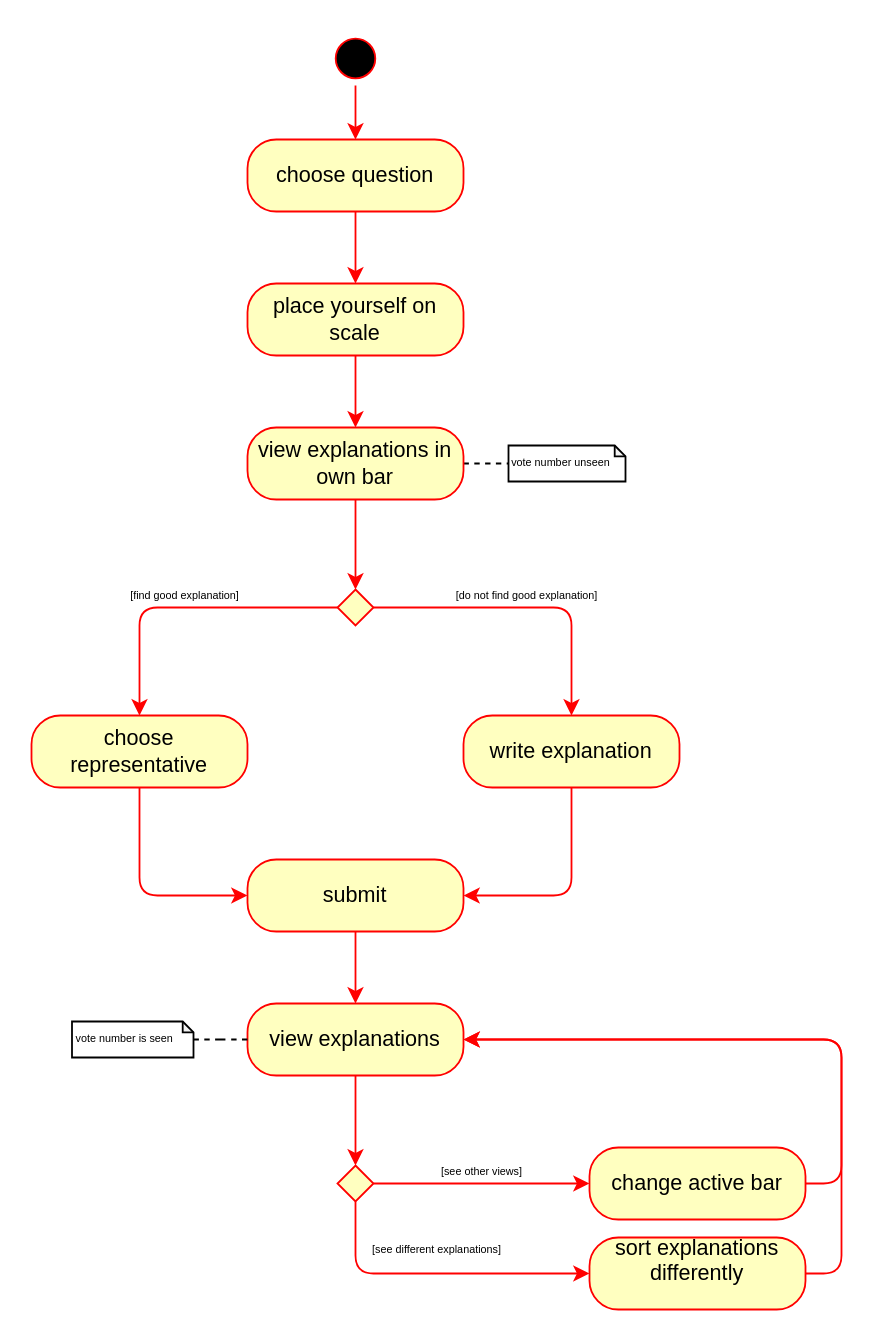
Above: page "Choose or Create" (4 of 6) of userflow (latest).drawio in GabrielKP/vice-versa (draw.io), before the change. Source tidied: cells renumbered, new cells numbered last; positions are measured from the earlier drawing's top-left corner, leaving out a move shared by most shapes. Both pictures are drawn from the tidied source at 180%, with x=0, y=0 at pixel (31, 31).
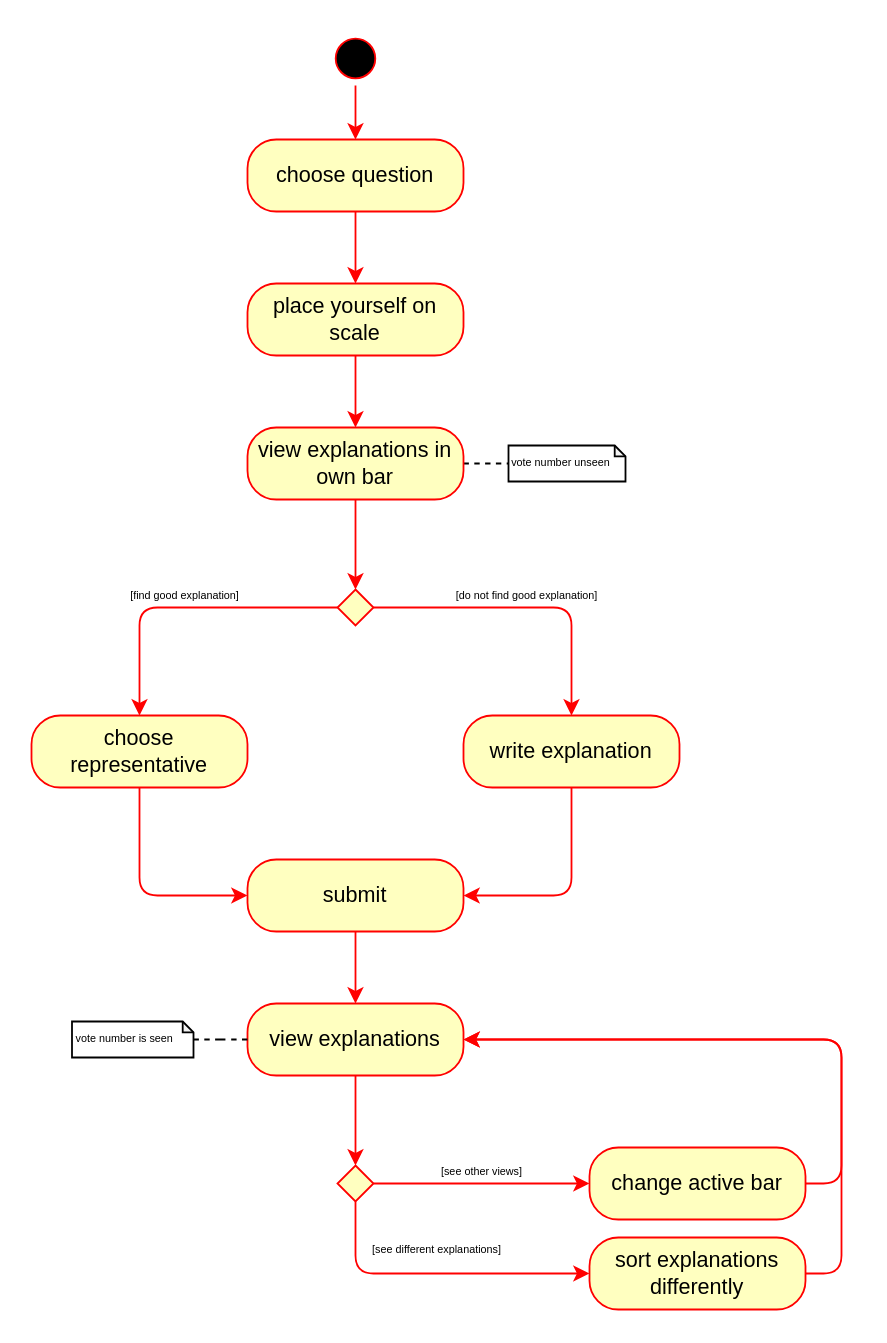
After the change.

The edit, as a diff of the source:
```diff
@@
-    <mxCell id="20" value="&lt;div&gt;sort explanations differently&lt;/div&gt;&lt;div&gt;&lt;br&gt;&lt;/div&gt;" style="rounded=1;whiteSpace=wrap;html=1;arcSize=40;fontColor=#000000;fillColor=#ffffc0;strokeColor=#ff0000;" parent="1" vertex="1">
+    <mxCell id="20" value="&lt;div&gt;sort explanations differently&lt;/div&gt;" style="rounded=1;whiteSpace=wrap;html=1;arcSize=40;fontColor=#000000;fillColor=#ffffc0;strokeColor=#ff0000;" parent="1" vertex="1">
       <mxGeometry x="310" y="670" width="120" height="40" as="geometry" />
     </mxCell>
```
